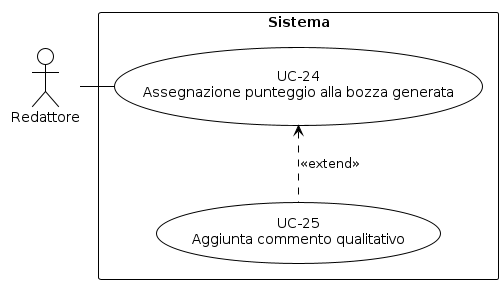
This is RTB/Analisi dei Requisiti/diagrammi_use_case/UC-24.png from aLittleByte-19/Documentazione, a PlantUML export, as it was before one commit.
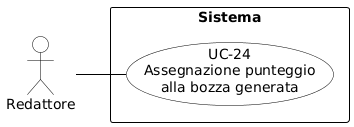
Later version of the same file.

Change to the diagram source:
```diff
@@ -1,23 +1,29 @@
 @startuml
-!theme plain
+skinparam shadowing false
+skinparam defaultFontName Arial
+left to right direction
+skinparam nodesep 15
+skinparam ranksep 50
+
 skinparam usecase {
-  BackgroundColor white
-  BorderColor black
+    BackgroundColor white
+    BorderColor black
+    ArrowColor black
 }
 skinparam actor {
-  BackgroundColor white
-  BorderColor black
+    BackgroundColor white
+    BorderColor black
 }
 skinparam rectangle {
-  BackgroundColor white
-  BorderColor black
+    BorderColor black
+    FontStyle bold
 }
-top to bottom direction
+
 actor "Redattore" as R
+
 rectangle "Sistema" {
-  usecase "UC-24\nAssegnazione punteggio alla bozza generata" as UC24
-  usecase "UC-25\nAggiunta commento qualitativo" as UC25
-  R - UC24
-  UC24 <.. UC25 : <<extend>>
+    usecase "UC-24\nAssegnazione punteggio\nalla bozza generata" as UC24
 }
+
+R -- UC24
 @enduml
```
